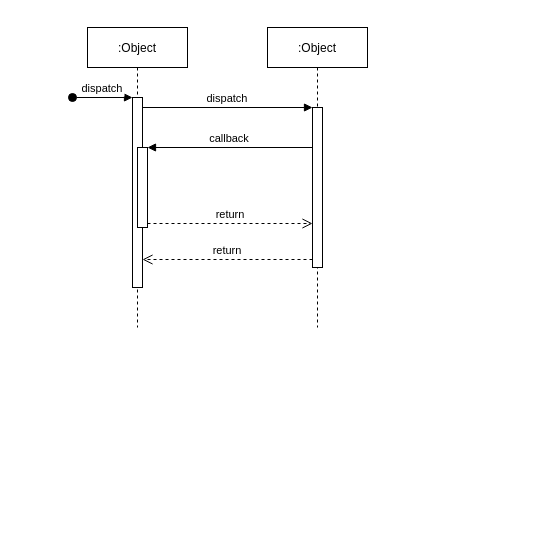
Earlier version of the draw.io diagram Diagram/Sequence Diagram/Default Sequence Diagram.drawio (hakunhan/employee_management). Source tidied: cells renumbered, new cells numbered last; positions are measured from the earlier drawing's top-left corner, leaving out a move shared by most shapes. Both pictures are drawn from the tidied source at 100%, with x=0, y=0 at pixel (72, 27).
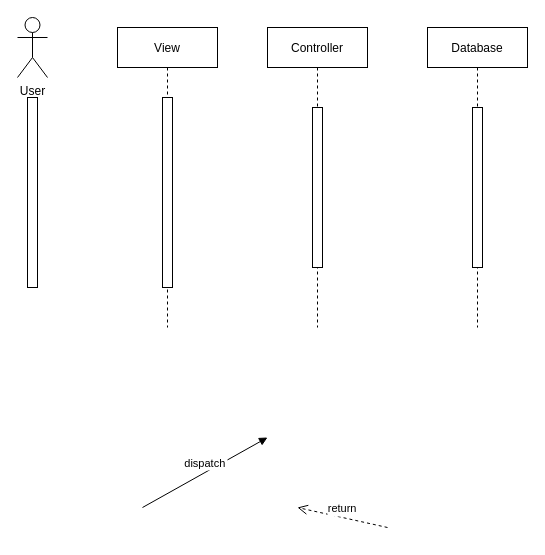
Above is the later version.

Change to the diagram source:
```diff
@@
 <mxGraphModel>
   <root>
     <mxCell id="0" />
     <mxCell id="1" parent="0" />
-    <mxCell id="2" value=":Object" style="shape=umlLifeline;perimeter=lifelinePerimeter;rounded=0;shadow=0;strokeWidth=1;" parent="1" vertex="1">
-      <mxGeometry x="15" width="100" height="300" as="geometry" />
+    <mxCell id="2" value="View" style="shape=umlLifeline;perimeter=lifelinePerimeter;rounded=0;shadow=0;strokeWidth=1;" parent="1" vertex="1">
+      <mxGeometry x="45" width="100" height="300" as="geometry" />
     </mxCell>
     <mxCell id="3" style="points=[];perimeter=orthogonalPerimeter;rounded=0;shadow=0;strokeWidth=1;" parent="2" vertex="1">
       <mxGeometry x="45" y="70" width="10" height="190" as="geometry" />
     </mxCell>
-    <mxCell id="4" value="dispatch" style="verticalAlign=bottom;startArrow=oval;endArrow=block;startSize=8;shadow=0;strokeWidth=1;" parent="2" edge="1" target="3">
-      <mxGeometry relative="1" as="geometry">
-        <mxPoint x="-15" y="70" as="sourcePoint" />
-      </mxGeometry>
-    </mxCell>
-    <mxCell id="5" style="points=[];perimeter=orthogonalPerimeter;rounded=0;shadow=0;strokeWidth=1;" parent="2" vertex="1">
-      <mxGeometry x="50" y="120" width="10" height="80" as="geometry" />
-    </mxCell>
-    <mxCell id="6" value=":Object" style="shape=umlLifeline;perimeter=lifelinePerimeter;rounded=0;shadow=0;strokeWidth=1;" parent="1" vertex="1">
+    <mxCell id="6" value="Controller" style="shape=umlLifeline;perimeter=lifelinePerimeter;rounded=0;shadow=0;strokeWidth=1;" parent="1" vertex="1">
       <mxGeometry x="195" width="100" height="300" as="geometry" />
     </mxCell>
     <mxCell id="7" style="points=[];perimeter=orthogonalPerimeter;rounded=0;shadow=0;strokeWidth=1;" parent="6" vertex="1">
       <mxGeometry x="45" y="80" width="10" height="160" as="geometry" />
     </mxCell>
-    <mxCell id="8" value="return" style="verticalAlign=bottom;endArrow=open;dashed=1;endSize=8;exitX=0;exitY=0.95;shadow=0;strokeWidth=1;" parent="1" edge="1" source="7" target="3">
-      <mxGeometry relative="1" as="geometry" />
-    </mxCell>
-    <mxCell id="9" value="dispatch" style="verticalAlign=bottom;endArrow=block;entryX=0;entryY=0;shadow=0;strokeWidth=1;" parent="1" edge="1" source="3" target="7">
-      <mxGeometry relative="1" as="geometry" />
+    <mxCell id="9" value="dispatch" style="verticalAlign=bottom;endArrow=block;shadow=0;strokeWidth=1;" parent="1" edge="1">
+      <mxGeometry relative="1" as="geometry">
+        <mxPoint x="70" y="480" as="sourcePoint" />
+        <mxPoint x="195" y="410" as="targetPoint" />
+      </mxGeometry>
     </mxCell>
-    <mxCell id="10" value="callback" style="verticalAlign=bottom;endArrow=block;entryX=1;entryY=0;shadow=0;strokeWidth=1;" parent="1" edge="1" source="7" target="5">
-      <mxGeometry relative="1" as="geometry" />
-    </mxCell>
-    <mxCell id="11" value="return" style="verticalAlign=bottom;endArrow=open;dashed=1;endSize=8;exitX=1;exitY=0.95;shadow=0;strokeWidth=1;" parent="1" edge="1" source="5" target="7">
-      <mxGeometry relative="1" as="geometry" />
+    <mxCell id="11" value="return" style="verticalAlign=bottom;endArrow=open;dashed=1;endSize=8;shadow=0;strokeWidth=1;" parent="1" edge="1">
+      <mxGeometry relative="1" as="geometry">
+        <mxPoint x="315" y="500" as="sourcePoint" />
+        <mxPoint x="225" y="480" as="targetPoint" />
+      </mxGeometry>
     </mxCell>
+    <mxCell id="12" value="User" style="shape=umlActor;verticalLabelPosition=bottom;verticalAlign=top;html=1;" parent="1" vertex="1">
+      <mxGeometry x="-55" y="-10" width="30" height="60" as="geometry" />
+    </mxCell>
+    <mxCell id="13" value="Database" style="shape=umlLifeline;perimeter=lifelinePerimeter;rounded=0;shadow=0;strokeWidth=1;" parent="1" vertex="1">
+      <mxGeometry x="355" width="100" height="300" as="geometry" />
+    </mxCell>
+    <mxCell id="14" style="perimeter=orthogonalPerimeter;rounded=0;shadow=0;strokeWidth=1;" parent="13" vertex="1">
+      <mxGeometry x="45" y="80" width="10" height="160" as="geometry" />
+    </mxCell>
+    <mxCell id="15" style="perimeter=orthogonalPerimeter;rounded=0;shadow=0;strokeWidth=1;" parent="1" vertex="1">
+      <mxGeometry x="-45" y="70" width="10" height="190" as="geometry" />
+    </mxCell>
   </root>
 </mxGraphModel>
```
